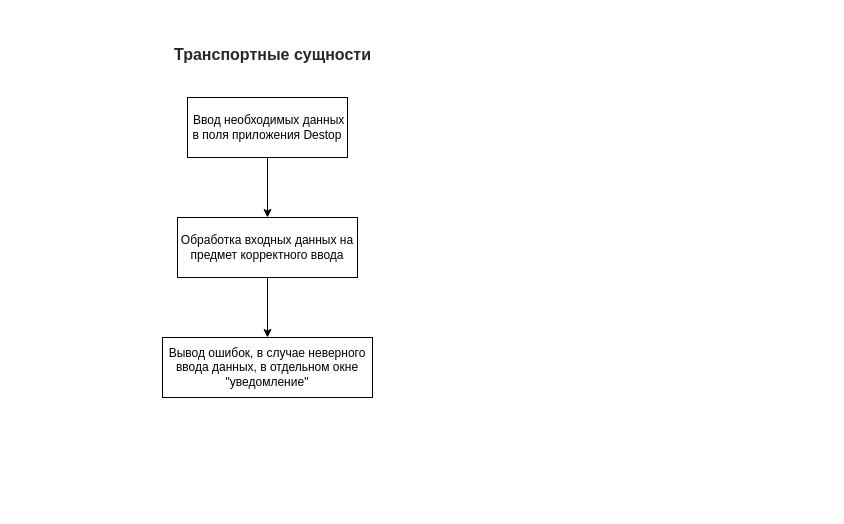
Before: page "Страница 8" (8 of 9) of lab_01/docs/ppo.drawio in kpirap18/BMSTU-Software-Design-sem6, a draw.io diagram. Source tidied: cells renumbered, new cells numbered last; positions are measured from the earlier drawing's top-left corner, leaving out a move shared by most shapes. Both pictures are drawn from the tidied source at 100%, with x=0, y=0 at pixel (162, 17).
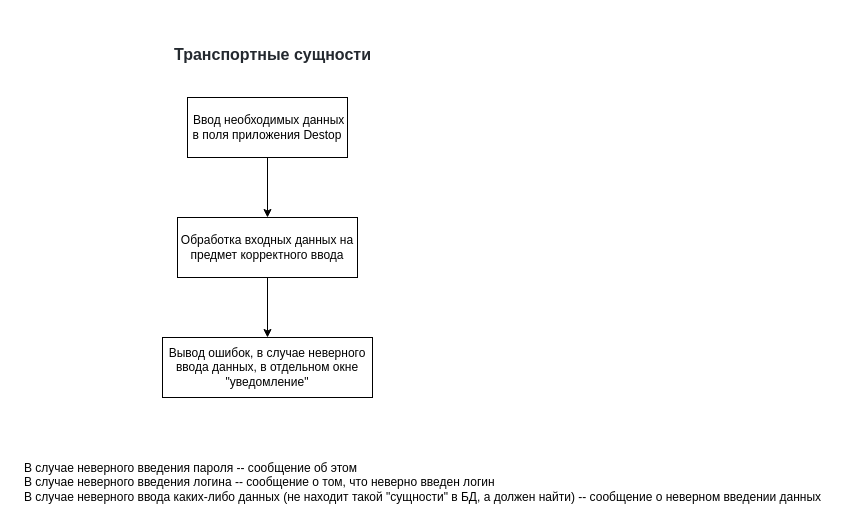
Above is the later version.

The edit, as a diff of the source:
```diff
@@
 <mxGraphModel>
   <root>
     <mxCell id="0" />
     <mxCell id="1" parent="0" />
     <mxCell id="2" style="edgeStyle=orthogonalEdgeStyle;rounded=0;jettySize=auto;html=1;exitX=0.5;exitY=1;exitDx=0;exitDy=0;entryX=0.5;entryY=0;entryDx=0;entryDy=0;" parent="1" edge="1" source="3" target="5">
       <mxGeometry relative="1" as="geometry" />
     </mxCell>
     <mxCell id="3" value="&amp;nbsp;Ввод необходимых данных в поля приложения Destop" style="rounded=0;whiteSpace=wrap;html=1;" parent="1" vertex="1">
       <mxGeometry x="25" y="80" width="160" height="60" as="geometry" />
     </mxCell>
     <mxCell id="4" style="edgeStyle=orthogonalEdgeStyle;rounded=0;jettySize=auto;html=1;exitX=0.5;exitY=1;exitDx=0;exitDy=0;entryX=0.5;entryY=0;entryDx=0;entryDy=0;" parent="1" edge="1" source="5" target="6">
       <mxGeometry relative="1" as="geometry" />
     </mxCell>
     <mxCell id="5" value="Обработка входных данных на предмет корректного ввода" style="rounded=0;whiteSpace=wrap;html=1;" parent="1" vertex="1">
       <mxGeometry x="15" y="200" width="180" height="60" as="geometry" />
     </mxCell>
     <mxCell id="6" value="Вывод ошибок, в случае неверного ввода данных, в отдельном окне &quot;уведомление&quot;" style="rounded=0;whiteSpace=wrap;html=1;" parent="1" vertex="1">
       <mxGeometry y="320" width="210" height="60" as="geometry" />
     </mxCell>
     <mxCell id="7" value="&lt;h4 dir=&quot;auto&quot; style=&quot;box-sizing: border-box ; margin-top: 24px ; font-size: 16px ; line-height: 1.25 ; color: rgb(36 , 41 , 47) ; font-family: , &amp;#34;blinkmacsystemfont&amp;#34; , &amp;#34;segoe ui&amp;#34; , &amp;#34;helvetica&amp;#34; , &amp;#34;arial&amp;#34; , sans-serif , &amp;#34;apple color emoji&amp;#34; , &amp;#34;segoe ui emoji&amp;#34; ; background-color: rgb(255 , 255 , 255) ; margin-bottom: 0px&quot;&gt;Транспортные сущности&lt;/h4&gt;" style="text;html=1;align=center;verticalAlign=middle;" parent="1" vertex="1">
       <mxGeometry x="5" width="210" height="50" as="geometry" />
     </mxCell>
+    <mxCell id="8" value="&lt;div style=&quot;text-align: left&quot;&gt;&lt;span&gt;В случае неверного введения пароля -- сообщение об этом&lt;/span&gt;&lt;/div&gt;&lt;div style=&quot;text-align: left&quot;&gt;&lt;span&gt;В случае неверного введения логина -- сообщение о том, что неверно введен логин&lt;/span&gt;&lt;/div&gt;&lt;div style=&quot;text-align: left&quot;&gt;&lt;span&gt;В случае неверного ввода каких-либо данных (не находит такой &quot;сущности&quot; в БД, а должен найти) -- сообщение о неверном введении данных&lt;/span&gt;&lt;/div&gt;" style="text;html=1;align=center;verticalAlign=middle;" parent="1" vertex="1">
+      <mxGeometry x="-145" y="440" width="810" height="50" as="geometry" />
+    </mxCell>
   </root>
 </mxGraphModel>
```
